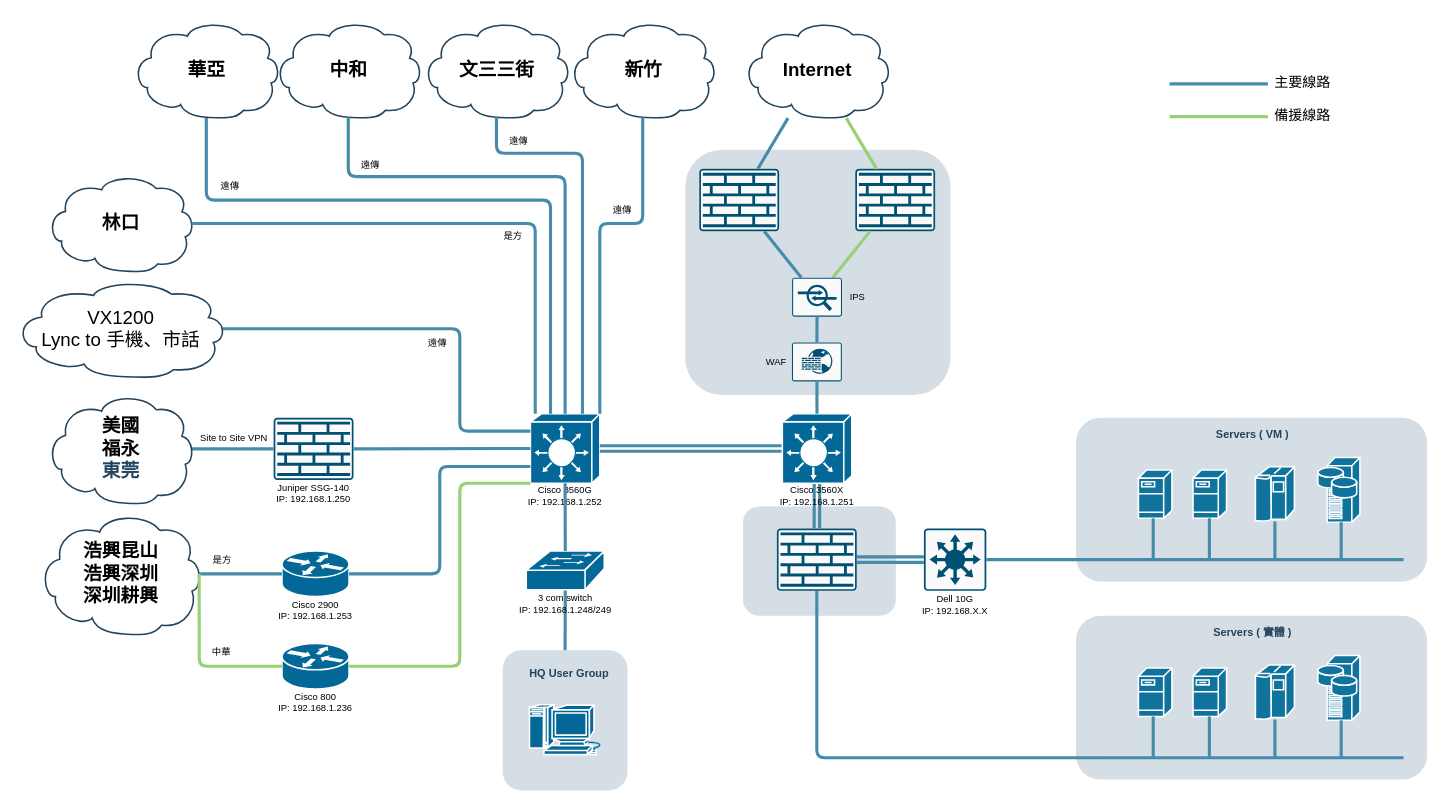
The draw.io diagram HQ-V3.drawio in KevinKuo2519/AI-Prpgram, before the edit. Source tidied: cells renumbered, new cells numbered last; positions are measured from the earlier drawing's top-left corner, leaving out a move shared by most shapes. Both pictures are drawn from the tidied source at 78%, with x=0, y=0 at pixel (14, 20).
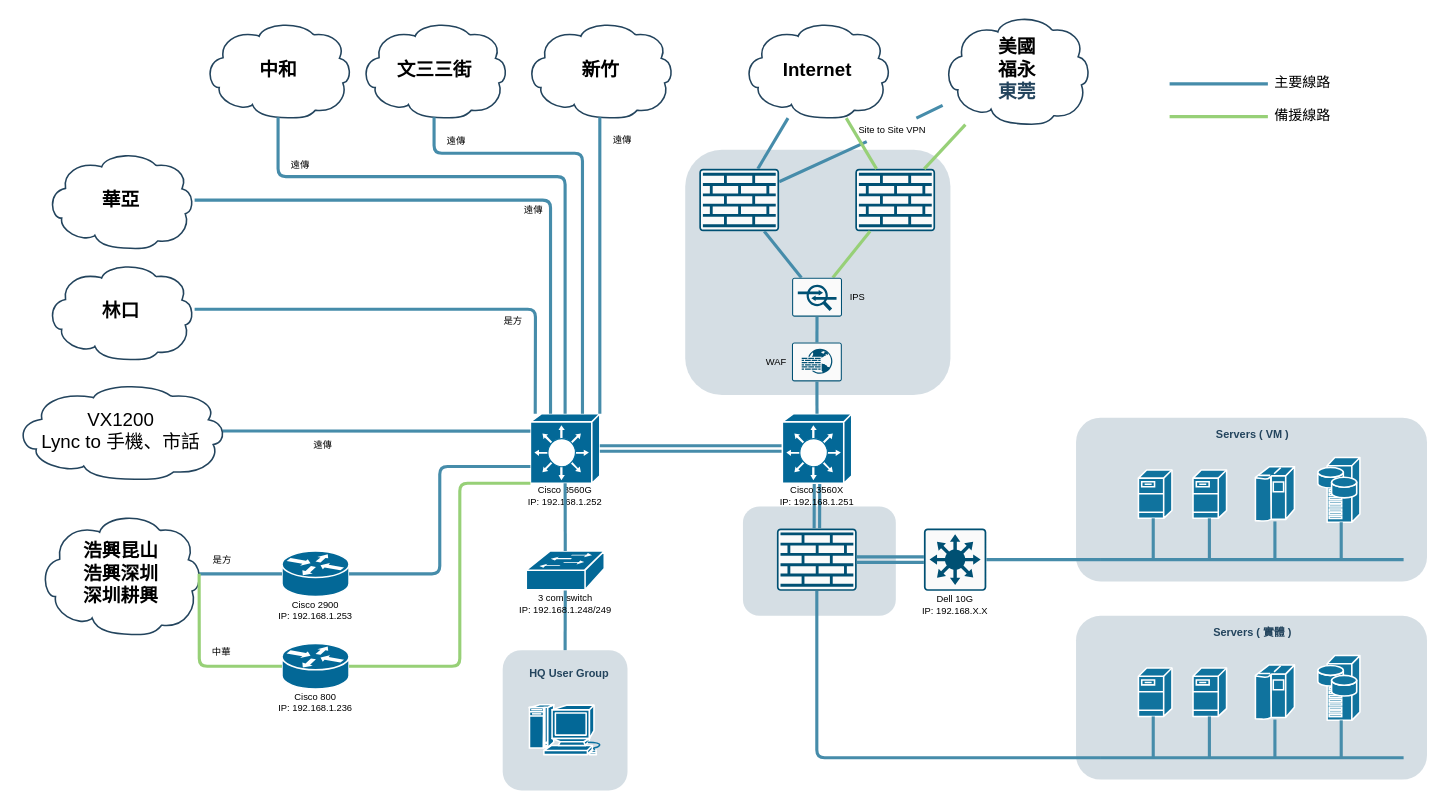
Above is the later version.

Unchanged cells that the change refers to:
```xml
<mxCell id="21" style="shape=mxgraph.cisco.switches.layer_3_switch;sketch=0;html=1;dashed=0;fillColor=#036897;strokeColor=#ffffff;strokeWidth=2;verticalLabelPosition=bottom;verticalAlign=top;align=center;outlineConnect=0;points=[[0,0.25,0,0,0],[0,0.5,0,0,0],[0,0.76,0,0,0],[0,1,0,0,0],[0.07,0,0,0,0],[0.29,0,0,0,0],[0.5,0,0,0,0],[0.5,1,0,0,0],[0.75,0,0,0,0],[0.95,0.94,0,0,0],[1,0,0,0,0],[1,0.5,0,0,0]];" parent="20" vertex="1">
  <mxGeometry x="10.5" width="89" height="89" as="geometry" />
</mxCell>
<mxCell id="98" style="sketch=0;points=[[0.015,0.015,0],[0.985,0.015,0],[0.985,0.985,0],[0.015,0.985,0],[0.25,0,0],[0.5,0,0],[0.75,0,0],[1,0.25,0],[1,0.5,0],[1,0.75,0],[0.75,1,0],[0.5,1,0],[0.25,1,0],[0,0.75,0],[0,0.5,0],[0,0.25,0]];verticalLabelPosition=bottom;html=1;verticalAlign=top;align=center;shape=mxgraph.cisco19.rect;prIcon=firewall;fillColor=#FAFAFA;strokeColor=#005073;" parent="1" vertex="1">
  <mxGeometry x="878" y="190" width="102.4" height="80" as="geometry" />
</mxCell>
<mxCell id="99" style="sketch=0;points=[[0.015,0.015,0],[0.985,0.015,0],[0.985,0.985,0],[0.015,0.985,0],[0.25,0,0],[0.5,0,0],[0.75,0,0],[1,0.25,0],[1,0.5,0],[1,0.75,0],[0.75,1,0],[0.5,1,0],[0.25,1,0],[0,0.75,0],[0,0.5,0],[0,0.25,0]];verticalLabelPosition=bottom;html=1;verticalAlign=top;align=center;shape=mxgraph.cisco19.rect;prIcon=firewall;fillColor=#FAFAFA;strokeColor=#005073;" parent="1" vertex="1">
  <mxGeometry x="1078" y="190" width="102.4" height="80" as="geometry" />
</mxCell>
```

Diff of the diagram source:
```diff
@@
-    <mxCell id="17" style="group;" parent="1" vertex="1">
-      <mxGeometry x="331" y="509" width="105" height="112" as="geometry" />
-    </mxCell>
-    <mxCell id="18" style="sketch=0;points=[[0.015,0.015,0],[0.985,0.015,0],[0.985,0.985,0],[0.015,0.985,0],[0.25,0,0],[0.5,0,0],[0.75,0,0],[1,0.25,0],[1,0.5,0],[1,0.75,0],[0.75,1,0],[0.5,1,0],[0.25,1,0],[0,0.75,0],[0,0.5,0],[0,0.25,0]];verticalLabelPosition=bottom;html=1;verticalAlign=top;align=center;shape=mxgraph.cisco19.rect;prIcon=firewall;fillColor=#FAFAFA;strokeColor=#005073;" parent="17" vertex="1">
-      <mxGeometry x="1.3" width="102.4" height="80" as="geometry" />
-    </mxCell>
-    <mxCell id="19" value="Juniper SSG-140&lt;br&gt;IP: 192.168.1.250" style="text;html=1;strokeColor=none;fillColor=none;align=center;verticalAlign=middle;whiteSpace=wrap;rounded=0;" parent="17" vertex="1">
-      <mxGeometry y="82" width="105" height="30" as="geometry" />
-    </mxCell>
@@
-    <mxCell id="23" style="rounded=1;jettySize=auto;html=1;exitX=1;exitY=0.5;exitDx=0;exitDy=0;exitPerimeter=0;entryX=0;entryY=0.5;entryDx=0;entryDy=0;entryPerimeter=0;strokeColor=#468CAA;endArrow=none;endFill=0;strokeWidth=4;" parent="1" edge="1" source="18" target="21">
-      <mxGeometry relative="1" as="geometry" />
-    </mxCell>
@@
-    <mxCell id="50" style="rounded=1;jettySize=auto;html=1;entryX=0.29;entryY=0;entryDx=0;entryDy=0;entryPerimeter=0;strokeColor=#468CAA;strokeWidth=4;endArrow=none;endFill=0;exitX=0.5;exitY=0.99;exitDx=0;exitDy=0;exitPerimeter=0;edgeStyle=elbowEdgeStyle;elbow=vertical;" parent="1" edge="1" source="83" target="21">
+    <mxCell id="50" style="rounded=1;jettySize=auto;html=1;entryX=0.29;entryY=0;entryDx=0;entryDy=0;entryPerimeter=0;strokeColor=#468CAA;strokeWidth=4;endArrow=none;endFill=0;edgeStyle=elbowEdgeStyle;elbow=vertical;" parent="1" edge="1" source="83" target="21">
       <mxGeometry relative="1" as="geometry">
         <Array as="points">
           <mxPoint x="531" y="230" />
         </Array>
       </mxGeometry>
     </mxCell>
     <mxCell id="51" value="&lt;p style=&quot;margin-top: 0pt; margin-bottom: 0pt; margin-left: 0in; direction: ltr; unicode-bidi: embed; word-break: normal; font-size: 23px;&quot;&gt;&lt;/p&gt;&lt;p style=&quot;margin-top: 0pt; margin-bottom: 0pt; margin-left: 0in; direction: ltr; unicode-bidi: embed; word-break: normal;&quot;&gt;&lt;span style=&quot;background-color: initial; font-size: 18pt; color: rgb(0, 0, 0);&quot;&gt;林口&lt;/span&gt;&lt;br&gt;&lt;/p&gt;" style="shape=mxgraph.cisco.storage.cloud;html=1;dashed=0;strokeColor=#23445D;fillColor=#ffffff;strokeWidth=2;fontFamily=Helvetica;fontSize=24;fontColor=#23445D;align=center;fontStyle=1;" parent="1" vertex="1">
-      <mxGeometry x="41" y="197" width="190" height="125" as="geometry" />
+      <mxGeometry x="41" y="310" width="190" height="125" as="geometry" />
     </mxCell>
-    <mxCell id="52" style="rounded=1;orthogonalLoop=1;jettySize=auto;html=1;entryX=0.98;entryY=0.5;entryDx=0;entryDy=0;entryPerimeter=0;strokeColor=#468CAA;strokeWidth=4;endArrow=none;endFill=0;exitX=0.07;exitY=0;exitDx=0;exitDy=0;exitPerimeter=0;edgeStyle=elbowEdgeStyle;elbow=vertical;" parent="1" edge="1">
+    <mxCell id="52" style="rounded=1;jettySize=auto;html=1;strokeColor=#468CAA;strokeWidth=4;endArrow=none;endFill=0;exitX=0.07;exitY=0;exitDx=0;exitDy=0;exitPerimeter=0;edgeStyle=elbowEdgeStyle;" parent="1" edge="1" target="51">
       <mxGeometry relative="1" as="geometry">
         <mxPoint x="667.7" y="504" as="sourcePoint" />
-        <mxPoint x="227.2" y="259.5" as="targetPoint" />
         <Array as="points">
-          <mxPoint x="461" y="260" />
+          <mxPoint x="668" y="370" />
         </Array>
       </mxGeometry>
     </mxCell>
@@
-    <mxCell id="55" style="rounded=1;jettySize=auto;html=1;exitX=0.98;exitY=0.5;exitDx=0;exitDy=0;exitPerimeter=0;strokeColor=#468CAA;strokeWidth=4;endArrow=none;endFill=0;edgeStyle=orthogonalEdgeStyle;entryX=0;entryY=0.25;entryDx=0;entryDy=0;entryPerimeter=0;" parent="1" edge="1" source="56" target="21">
-      <mxGeometry relative="1" as="geometry">
-        <Array as="points">
-          <mxPoint x="571" y="395" />
-          <mxPoint x="571" y="526" />
-        </Array>
-      </mxGeometry>
+    <mxCell id="55" style="rounded=1;jettySize=auto;html=1;exitX=0.98;exitY=0.5;exitDx=0;exitDy=0;exitPerimeter=0;strokeColor=#468CAA;strokeWidth=4;endArrow=none;endFill=0;entryX=0;entryY=0.25;entryDx=0;entryDy=0;entryPerimeter=0;" parent="1" edge="1" source="56" target="21">
+      <mxGeometry relative="1" as="geometry" />
     </mxCell>
     <mxCell id="56" value="&lt;p style=&quot;margin-top: 0pt; margin-bottom: 0pt; margin-left: 0in; direction: ltr; unicode-bidi: embed; word-break: normal; font-size: 23px;&quot;&gt;&lt;/p&gt;&lt;p style=&quot;border-color: var(--border-color); color: rgb(0, 0, 0); font-weight: 400; margin-top: 0pt; margin-bottom: 0pt; margin-left: 0in; direction: ltr; unicode-bidi: embed; word-break: normal;&quot;&gt;&lt;font style=&quot;border-color: var(--border-color);&quot;&gt;VX1200&lt;/font&gt;&lt;/p&gt;&lt;p style=&quot;border-color: var(--border-color); color: rgb(0, 0, 0); font-weight: 400; margin-top: 0pt; margin-bottom: 0pt; margin-left: 0in; direction: ltr; unicode-bidi: embed; word-break: normal;&quot;&gt;&lt;font style=&quot;border-color: var(--border-color);&quot;&gt;Lync to&amp;nbsp;&lt;span style=&quot;border-color: var(--border-color); font-family: 微軟正黑體;&quot;&gt;手機、市話&lt;/span&gt;&lt;/font&gt;&lt;/p&gt;" style="shape=mxgraph.cisco.storage.cloud;html=1;dashed=0;strokeColor=#23445D;fillColor=#ffffff;strokeWidth=2;fontFamily=Helvetica;fontSize=24;fontColor=#23445D;align=center;fontStyle=1;" parent="1" vertex="1">
-      <mxGeometry y="332.5" width="272" height="125" as="geometry" />
+      <mxGeometry y="463.5" width="272" height="125" as="geometry" />
     </mxCell>
@@
-    <mxCell id="68" style="rounded=1;jettySize=auto;html=1;exitX=0.98;exitY=0.5;exitDx=0;exitDy=0;exitPerimeter=0;entryX=0;entryY=0.5;entryDx=0;entryDy=0;entryPerimeter=0;strokeColor=#468CAA;strokeWidth=4;endArrow=none;endFill=0;" parent="1" edge="1" source="69" target="18">
+    <mxCell id="68" style="rounded=1;jettySize=auto;html=1;strokeColor=#468CAA;strokeWidth=4;endArrow=none;endFill=0;" parent="1" edge="1" source="82" target="98">
       <mxGeometry relative="1" as="geometry" />
     </mxCell>
     <mxCell id="69" value="&lt;p style=&quot;margin-top: 0pt; margin-bottom: 0pt; margin-left: 0in; direction: ltr; unicode-bidi: embed; word-break: normal; font-size: 23px;&quot;&gt;&lt;/p&gt;&lt;p style=&quot;margin-top: 0pt; margin-bottom: 0pt; margin-left: 0in; direction: ltr; unicode-bidi: embed; word-break: normal;&quot;&gt;&lt;span style=&quot;font-size: 18pt; color: rgb(0, 0, 0); background-color: initial;&quot;&gt;美國&lt;/span&gt;&lt;br&gt;&lt;/p&gt;&lt;p style=&quot;margin-top: 0pt; margin-bottom: 0pt; margin-left: 0in; direction: ltr; unicode-bidi: embed; word-break: normal;&quot;&gt;&lt;span style=&quot;color: rgb(0, 0, 0); font-size: 18pt; background-color: initial;&quot;&gt;福永&lt;/span&gt;&lt;font color=&quot;#000000&quot;&gt;&lt;br&gt;&lt;/font&gt;&lt;/p&gt;&lt;p style=&quot;margin-top: 0pt; margin-bottom: 0pt; margin-left: 0in; direction: ltr; unicode-bidi: embed; word-break: normal;&quot;&gt;東莞&lt;span style=&quot;color: rgb(0, 0, 0); font-size: 18pt; background-color: initial;&quot;&gt;&lt;br&gt;&lt;/span&gt;&lt;/p&gt;" style="shape=mxgraph.cisco.storage.cloud;html=1;dashed=0;strokeColor=#23445D;fillColor=#ffffff;strokeWidth=2;fontFamily=Helvetica;fontSize=24;fontColor=#23445D;align=center;fontStyle=1;" parent="1" vertex="1">
-      <mxGeometry x="41" y="478.2" width="190" height="141.5" as="geometry" />
+      <mxGeometry x="1190" y="-8.2" width="190" height="141.5" as="geometry" />
     </mxCell>
@@
-    <mxCell id="82" value="Site to Site VPN" style="text;html=1;align=center;verticalAlign=middle;points=[];strokeColor=none;fillColor=none;" parent="1" vertex="1">
-      <mxGeometry x="226" y="520" width="110" height="30" as="geometry" />
-    </mxCell>
     <mxCell id="83" value="&lt;p style=&quot;margin-top: 0pt; margin-bottom: 0pt; margin-left: 0in; direction: ltr; unicode-bidi: embed; word-break: normal; font-size: 23px;&quot;&gt;&lt;/p&gt;&lt;p style=&quot;margin-top: 0pt; margin-bottom: 0pt; margin-left: 0in; direction: ltr; unicode-bidi: embed; word-break: normal;&quot;&gt;&lt;font color=&quot;#000000&quot;&gt;華亞&lt;/font&gt;&lt;/p&gt;" style="shape=mxgraph.cisco.storage.cloud;html=1;dashed=0;strokeColor=#23445D;fillColor=#ffffff;strokeWidth=2;fontFamily=Helvetica;fontSize=24;fontColor=#23445D;align=center;fontStyle=1;" parent="1" vertex="1">
-      <mxGeometry x="151" width="190" height="125" as="geometry" />
+      <mxGeometry x="41" y="167.5" width="190" height="125" as="geometry" />
     </mxCell>
     <mxCell id="84" value="&lt;p style=&quot;margin-top: 0pt; margin-bottom: 0pt; margin-left: 0in; direction: ltr; unicode-bidi: embed; word-break: normal; font-size: 23px;&quot;&gt;&lt;/p&gt;&lt;p style=&quot;margin-top: 0pt; margin-bottom: 0pt; margin-left: 0in; direction: ltr; unicode-bidi: embed; word-break: normal;&quot;&gt;&lt;font color=&quot;#000000&quot;&gt;中和&lt;/font&gt;&lt;/p&gt;" style="shape=mxgraph.cisco.storage.cloud;html=1;dashed=0;strokeColor=#23445D;fillColor=#ffffff;strokeWidth=2;fontFamily=Helvetica;fontSize=24;fontColor=#23445D;align=center;fontStyle=1;" parent="1" vertex="1">
-      <mxGeometry x="333" width="190" height="125" as="geometry" />
+      <mxGeometry x="243" width="190" height="125" as="geometry" />
     </mxCell>
     <mxCell id="85" value="&lt;p style=&quot;margin-top: 0pt; margin-bottom: 0pt; margin-left: 0in; direction: ltr; unicode-bidi: embed; word-break: normal; font-size: 23px;&quot;&gt;&lt;/p&gt;&lt;p style=&quot;margin-top: 0pt; margin-bottom: 0pt; margin-left: 0in; direction: ltr; unicode-bidi: embed; word-break: normal;&quot;&gt;&lt;span style=&quot;background-color: initial; font-size: 18pt; color: rgb(0, 0, 0);&quot;&gt;文三三街&lt;/span&gt;&lt;br&gt;&lt;/p&gt;" style="shape=mxgraph.cisco.storage.cloud;html=1;dashed=0;strokeColor=#23445D;fillColor=#ffffff;strokeWidth=2;fontFamily=Helvetica;fontSize=24;fontColor=#23445D;align=center;fontStyle=1;" parent="1" vertex="1">
-      <mxGeometry x="523" width="190" height="125" as="geometry" />
+      <mxGeometry x="443" width="190" height="125" as="geometry" />
     </mxCell>
     <mxCell id="86" value="&lt;p style=&quot;margin-top: 0pt; margin-bottom: 0pt; margin-left: 0in; direction: ltr; unicode-bidi: embed; word-break: normal; font-size: 23px;&quot;&gt;&lt;/p&gt;&lt;p style=&quot;margin-top: 0pt; margin-bottom: 0pt; margin-left: 0in; direction: ltr; unicode-bidi: embed; word-break: normal;&quot;&gt;&lt;span style=&quot;background-color: initial; font-size: 18pt; color: rgb(0, 0, 0);&quot;&gt;新竹&lt;/span&gt;&lt;br&gt;&lt;/p&gt;" style="shape=mxgraph.cisco.storage.cloud;html=1;dashed=0;strokeColor=#23445D;fillColor=#ffffff;strokeWidth=2;fontFamily=Helvetica;fontSize=24;fontColor=#23445D;align=center;fontStyle=1;" parent="1" vertex="1">
-      <mxGeometry x="710.5" width="190" height="125" as="geometry" />
+      <mxGeometry x="655.5" width="190" height="125" as="geometry" />
     </mxCell>
@@
-    <mxCell id="89" style="rounded=1;jettySize=auto;html=1;exitX=0.5;exitY=0.99;exitDx=0;exitDy=0;exitPerimeter=0;entryX=1;entryY=0;entryDx=0;entryDy=0;entryPerimeter=0;strokeColor=#468CAA;strokeWidth=4;endArrow=none;endFill=0;edgeStyle=elbowEdgeStyle;elbow=vertical;" parent="1" edge="1" source="86" target="21">
-      <mxGeometry relative="1" as="geometry">
-        <Array as="points">
-          <mxPoint x="831" y="260" />
-        </Array>
-      </mxGeometry>
+    <mxCell id="89" style="rounded=1;jettySize=auto;html=1;exitX=0.5;exitY=0.99;exitDx=0;exitDy=0;exitPerimeter=0;entryX=1;entryY=0;entryDx=0;entryDy=0;entryPerimeter=0;strokeColor=#468CAA;strokeWidth=4;endArrow=none;endFill=0;elbow=vertical;" parent="1" edge="1" source="86" target="21">
+      <mxGeometry relative="1" as="geometry" />
     </mxCell>
     <mxCell id="90" value="遠傳" style="text;html=1;align=center;verticalAlign=middle;strokeColor=none;fillColor=none;" parent="1" vertex="1">
-      <mxGeometry x="517" y="398" width="50" height="30" as="geometry" />
+      <mxGeometry x="370" y="530" width="50" height="30" as="geometry" />
     </mxCell>
     <mxCell id="91" value="是方" style="text;html=1;align=center;verticalAlign=middle;strokeColor=none;fillColor=none;" parent="1" vertex="1">
-      <mxGeometry x="614" y="261" width="50" height="30" as="geometry" />
+      <mxGeometry x="614" y="370" width="50" height="30" as="geometry" />
     </mxCell>
     <mxCell id="92" value="遠傳" style="text;html=1;align=center;verticalAlign=middle;strokeColor=none;fillColor=none;" parent="1" vertex="1">
-      <mxGeometry x="431" y="170" width="50" height="30" as="geometry" />
+      <mxGeometry x="341" y="170" width="50" height="30" as="geometry" />
     </mxCell>
     <mxCell id="93" value="遠傳" style="text;html=1;align=center;verticalAlign=middle;strokeColor=none;fillColor=none;" parent="1" vertex="1">
-      <mxGeometry x="621" y="140" width="50" height="30" as="geometry" />
+      <mxGeometry x="541" y="140" width="50" height="30" as="geometry" />
     </mxCell>
     <mxCell id="94" value="遠傳" style="text;html=1;align=center;verticalAlign=middle;strokeColor=none;fillColor=none;" parent="1" vertex="1">
-      <mxGeometry x="754" y="228" width="50" height="30" as="geometry" />
+      <mxGeometry x="754" y="137.5" width="50" height="30" as="geometry" />
     </mxCell>
     <mxCell id="95" value="遠傳" style="text;html=1;align=center;verticalAlign=middle;strokeColor=none;fillColor=none;" parent="1" vertex="1">
-      <mxGeometry x="251" y="197" width="50" height="30" as="geometry" />
+      <mxGeometry x="640" y="228" width="50" height="30" as="geometry" />
     </mxCell>
@@
+    <mxCell id="112" style="rounded=1;jettySize=auto;html=1;strokeColor=#468CAA;strokeWidth=4;endArrow=none;endFill=0;" parent="1" edge="1" source="69" target="82">
+      <mxGeometry relative="1" as="geometry" />
+    </mxCell>
+    <mxCell id="82" value="Site to Site VPN" style="text;html=1;align=center;verticalAlign=middle;points=[];strokeColor=none;fillColor=none;" parent="1" vertex="1">
+      <mxGeometry x="1070.4" y="125" width="110" height="30" as="geometry" />
+    </mxCell>
+    <mxCell id="113" style="rounded=1;jettySize=auto;html=1;endArrow=none;endFill=0;strokeColor=#97D077;strokeWidth=4;" parent="1" edge="1" source="99" target="69">
+      <mxGeometry relative="1" as="geometry" />
+    </mxCell>
```
